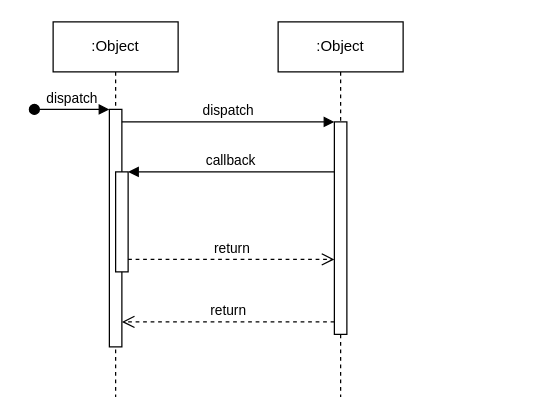
Above: 活动快照时序.drawio in Luffybaga/draw (draw.io), before the change. Source tidied: cells renumbered, new cells numbered last; positions are measured from the earlier drawing's top-left corner, leaving out a move shared by most shapes. Both pictures are drawn from the tidied source at 125%, with x=0, y=0 at pixel (34, 21).
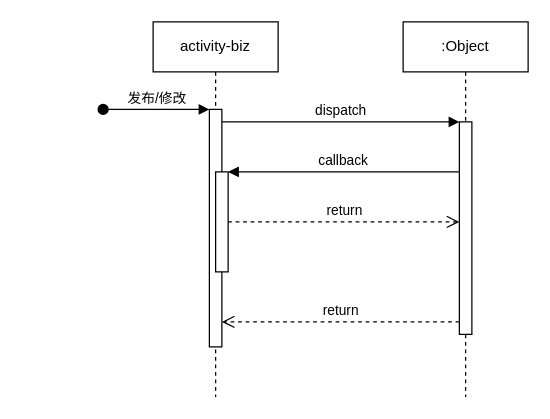
After the change.

Commit message:
更新活动快照时序.drawio

Change to the diagram source:
```diff
@@
 <mxGraphModel>
   <root>
     <mxCell id="0" />
     <mxCell id="1" parent="0" />
-    <mxCell id="2" value=":Object" style="shape=umlLifeline;perimeter=lifelinePerimeter;whiteSpace=wrap;html=1;newEdgeStyle={&quot;edgeStyle&quot;:&quot;elbowEdgeStyle&quot;,&quot;elbow&quot;:&quot;vertical&quot;,&quot;curved&quot;:0,&quot;rounded&quot;:0};" parent="1" vertex="1">
-      <mxGeometry x="15" width="100" height="300" as="geometry" />
-    </mxCell>
+    <mxCell id="12" value="activity-biz" style="shape=umlLifeline;perimeter=lifelinePerimeter;whiteSpace=wrap;html=1;newEdgeStyle={&quot;edgeStyle&quot;:&quot;elbowEdgeStyle&quot;,&quot;elbow&quot;:&quot;vertical&quot;,&quot;curved&quot;:0,&quot;rounded&quot;:0};" parent="1" vertex="1">
+      <mxGeometry x="95" width="100" height="300" as="geometry" />
+    </mxCell>
-    <mxCell id="3" style="html=1;points=[];perimeter=orthogonalPerimeter;outlineConnect=0;targetShapes=umlLifeline;portConstraint=eastwest;newEdgeStyle={&quot;edgeStyle&quot;:&quot;elbowEdgeStyle&quot;,&quot;elbow&quot;:&quot;vertical&quot;,&quot;curved&quot;:0,&quot;rounded&quot;:0};" parent="2" vertex="1">
+    <mxCell id="3" style="html=1;points=[];perimeter=orthogonalPerimeter;outlineConnect=0;targetShapes=umlLifeline;portConstraint=eastwest;newEdgeStyle={&quot;edgeStyle&quot;:&quot;elbowEdgeStyle&quot;,&quot;elbow&quot;:&quot;vertical&quot;,&quot;curved&quot;:0,&quot;rounded&quot;:0};" parent="12" vertex="1">
       <mxGeometry x="45" y="70" width="10" height="190" as="geometry" />
     </mxCell>
-    <mxCell id="4" value="dispatch" style="html=1;verticalAlign=bottom;startArrow=oval;endArrow=block;startSize=8;edgeStyle=elbowEdgeStyle;elbow=vertical;curved=0;rounded=0;" parent="2" edge="1" target="3">
-      <mxGeometry relative="1" as="geometry">
-        <mxPoint x="-15" y="70" as="sourcePoint" />
-      </mxGeometry>
-    </mxCell>
+    <mxCell id="13" value="发布/修改" style="html=1;verticalAlign=bottom;startArrow=oval;endArrow=block;startSize=8;edgeStyle=elbowEdgeStyle;elbow=vertical;curved=0;rounded=0;" parent="12" edge="1" target="3">
+      <mxGeometry relative="1" as="geometry">
+        <mxPoint x="-40" y="70" as="sourcePoint" />
+      </mxGeometry>
+    </mxCell>
-    <mxCell id="5" style="html=1;points=[];perimeter=orthogonalPerimeter;outlineConnect=0;targetShapes=umlLifeline;portConstraint=eastwest;newEdgeStyle={&quot;edgeStyle&quot;:&quot;elbowEdgeStyle&quot;,&quot;elbow&quot;:&quot;vertical&quot;,&quot;curved&quot;:0,&quot;rounded&quot;:0};" parent="2" vertex="1">
+    <mxCell id="5" style="html=1;points=[];perimeter=orthogonalPerimeter;outlineConnect=0;targetShapes=umlLifeline;portConstraint=eastwest;newEdgeStyle={&quot;edgeStyle&quot;:&quot;elbowEdgeStyle&quot;,&quot;elbow&quot;:&quot;vertical&quot;,&quot;curved&quot;:0,&quot;rounded&quot;:0};" parent="12" vertex="1">
       <mxGeometry x="50" y="120" width="10" height="80" as="geometry" />
     </mxCell>
-    <mxCell id="6" value=":Object" style="shape=umlLifeline;perimeter=lifelinePerimeter;whiteSpace=wrap;html=1;newEdgeStyle={&quot;edgeStyle&quot;:&quot;elbowEdgeStyle&quot;,&quot;elbow&quot;:&quot;vertical&quot;,&quot;curved&quot;:0,&quot;rounded&quot;:0};" parent="1" vertex="1">
-      <mxGeometry x="195" width="100" height="300" as="geometry" />
-    </mxCell>
+    <mxCell id="14" value=":Object" style="shape=umlLifeline;perimeter=lifelinePerimeter;whiteSpace=wrap;html=1;newEdgeStyle={&quot;edgeStyle&quot;:&quot;elbowEdgeStyle&quot;,&quot;elbow&quot;:&quot;vertical&quot;,&quot;curved&quot;:0,&quot;rounded&quot;:0};" parent="1" vertex="1">
+      <mxGeometry x="295" width="100" height="300" as="geometry" />
+    </mxCell>
-    <mxCell id="7" style="html=1;points=[];perimeter=orthogonalPerimeter;outlineConnect=0;targetShapes=umlLifeline;portConstraint=eastwest;newEdgeStyle={&quot;edgeStyle&quot;:&quot;elbowEdgeStyle&quot;,&quot;elbow&quot;:&quot;vertical&quot;,&quot;curved&quot;:0,&quot;rounded&quot;:0};" parent="6" vertex="1">
+    <mxCell id="7" style="html=1;points=[];perimeter=orthogonalPerimeter;outlineConnect=0;targetShapes=umlLifeline;portConstraint=eastwest;newEdgeStyle={&quot;edgeStyle&quot;:&quot;elbowEdgeStyle&quot;,&quot;elbow&quot;:&quot;vertical&quot;,&quot;curved&quot;:0,&quot;rounded&quot;:0};" parent="14" vertex="1">
       <mxGeometry x="45" y="80" width="10" height="170" as="geometry" />
     </mxCell>
     <mxCell id="8" value="dispatch" style="html=1;verticalAlign=bottom;endArrow=block;edgeStyle=elbowEdgeStyle;elbow=vertical;curved=0;rounded=0;" parent="1" edge="1" source="3" target="7">
       <mxGeometry relative="1" as="geometry">
         <Array as="points">
           <mxPoint x="155" y="80" />
         </Array>
       </mxGeometry>
     </mxCell>
     <mxCell id="9" value="return" style="html=1;verticalAlign=bottom;endArrow=open;dashed=1;endSize=8;edgeStyle=elbowEdgeStyle;elbow=vertical;curved=0;rounded=0;" parent="1" edge="1" source="7" target="3">
       <mxGeometry relative="1" as="geometry">
         <Array as="points">
           <mxPoint x="165" y="240" />
         </Array>
       </mxGeometry>
     </mxCell>
     <mxCell id="10" value="callback" style="html=1;verticalAlign=bottom;endArrow=block;edgeStyle=elbowEdgeStyle;elbow=vertical;curved=0;rounded=0;" parent="1" edge="1" source="7" target="5">
       <mxGeometry relative="1" as="geometry">
         <Array as="points">
           <mxPoint x="165" y="120" />
         </Array>
       </mxGeometry>
     </mxCell>
     <mxCell id="11" value="return" style="html=1;verticalAlign=bottom;endArrow=open;dashed=1;endSize=8;edgeStyle=elbowEdgeStyle;elbow=vertical;curved=0;rounded=0;" parent="1" edge="1" source="5" target="7">
       <mxGeometry relative="1" as="geometry">
         <Array as="points">
           <mxPoint x="155" y="190" />
         </Array>
       </mxGeometry>
     </mxCell>
   </root>
 </mxGraphModel>
```
